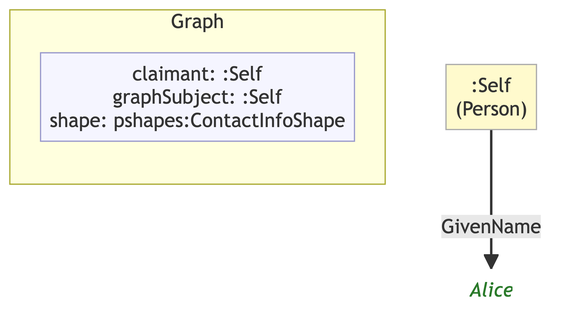
The Mermaid diagram example/graphs/images/graph-99.png in MeeFoundation/mia-ontologies, before a commit. Its source is kept beside it as example/graphs/images/graph-99.mmd. Source of this version:
```mermaid
flowchart TD
    classDef person fill:#fffacd,stroke:#aaa,color:#333
    classDef org    fill:#cce5ff,stroke:#aaa,color:#333
    classDef service fill:#e6e6e6,stroke:#aaa,color:#333
    classDef lit    fill:none,stroke:none,font-style:italic,color:#2a7a2a
    classDef meta   fill:#f5f5ff,stroke:#9999cc,color:#333

    subgraph ctx["Graph"]
        direction LR
        ctx_meta["claimant: :Self\ngraphSubject: :Self\nshape: pshapes:ContactInfoShape"]:::meta
    end

    n655e442e50be[":Self\n(Person)"]:::person
    n4471c37e4150("Alice"):::lit

    n655e442e50be -->|"GivenName"| n4471c37e4150
```
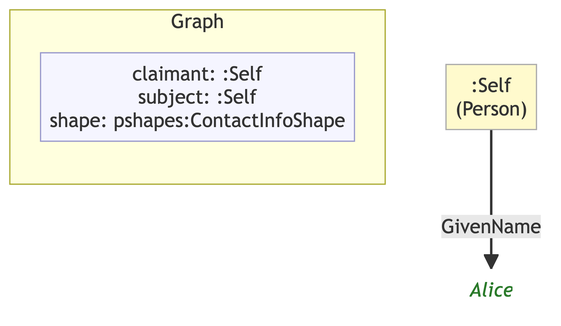
The same file after the commit.

What changed in the source:
```diff
@@ -7,10 +7,10 @@
 
     subgraph ctx["Graph"]
         direction LR
-        ctx_meta["claimant: :Self\ngraphSubject: :Self\nshape: pshapes:ContactInfoShape"]:::meta
+        ctx_meta["claimant: :Self\nsubject: :Self\nshape: pshapes:ContactInfoShape"]:::meta
     end
 
     n655e442e50be[":Self\n(Person)"]:::person
-    n4471c37e4150("Alice"):::lit
+    n975b12ef7e31("Alice"):::lit
 
-    n655e442e50be -->|"GivenName"| n4471c37e4150
+    n655e442e50be -->|"GivenName"| n975b12ef7e31
```
